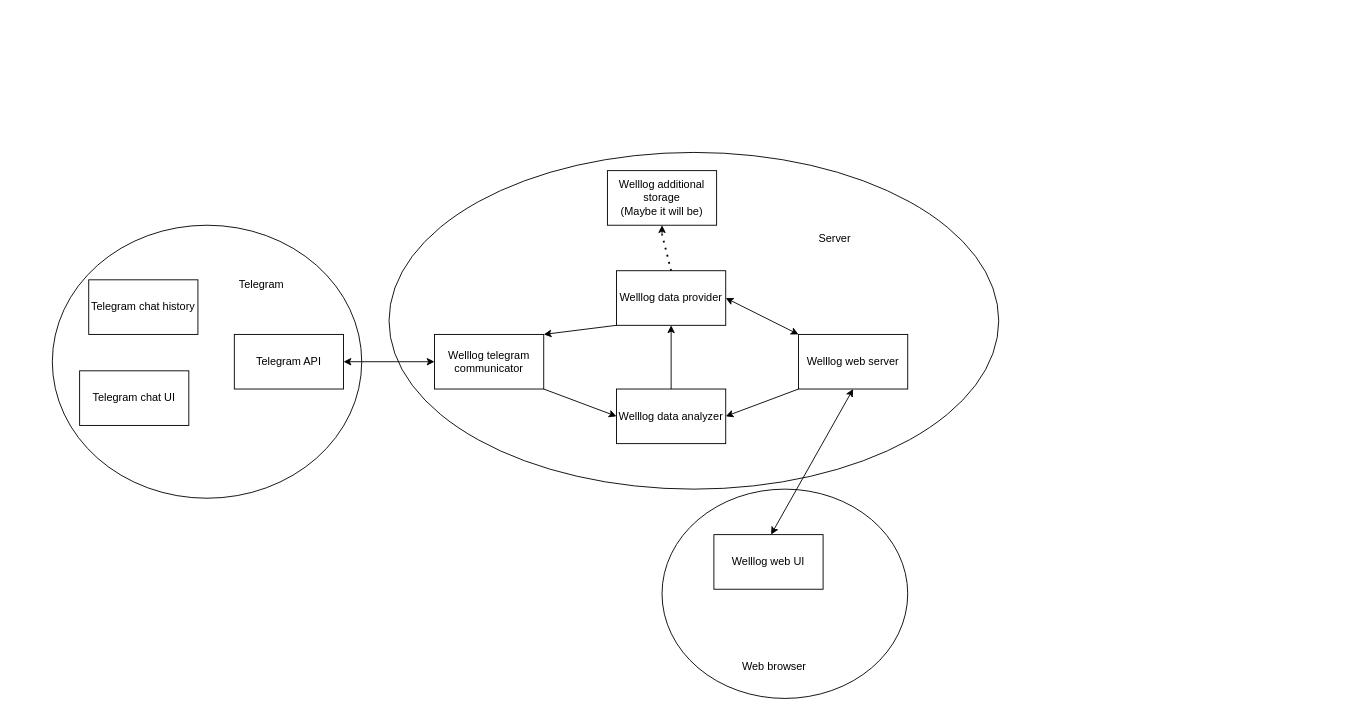
This is Specification/Architecture.drawio from WayArts/log-ios-client, a draw.io file, before an edit. Source tidied: cells renumbered, new cells numbered last; positions are measured from the earlier drawing's top-left corner, leaving out a move shared by most shapes. Both pictures are drawn from the tidied source at 91%, with x=0, y=0 at pixel (52, 152).
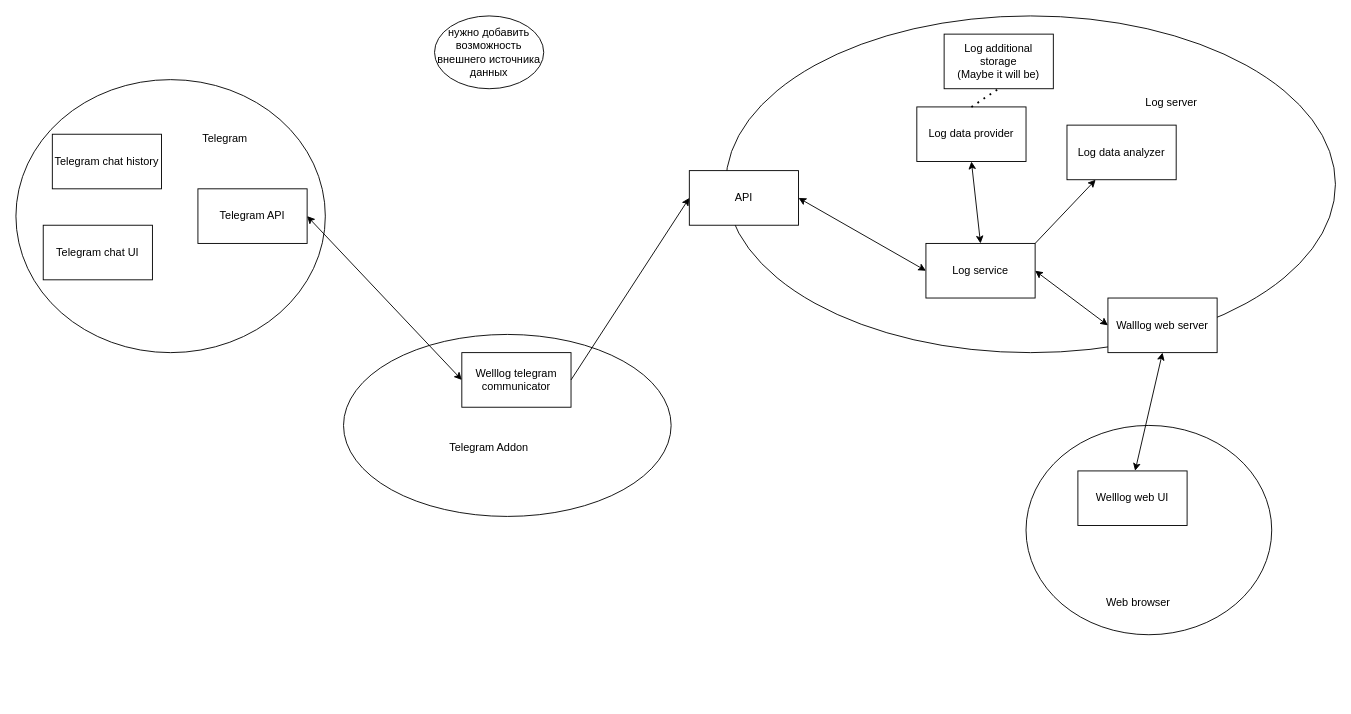
The same page after the edit.

Diff of the diagram source:
```diff
@@
+    <mxCell id="26" style="ellipse;whiteSpace=wrap;html=1;" parent="1" vertex="1">
+      <mxGeometry x="320" y="200" width="360" height="200" as="geometry" />
+    </mxCell>
     <mxCell id="2" style="ellipse;whiteSpace=wrap;html=1;" parent="1" vertex="1">
-      <mxGeometry x="370" width="670" height="370" as="geometry" />
+      <mxGeometry x="740" y="-150" width="670" height="370" as="geometry" />
     </mxCell>
     <mxCell id="3" style="ellipse;whiteSpace=wrap;html=1;" parent="1" vertex="1">
-      <mxGeometry x="670" y="370" width="270" height="230" as="geometry" />
+      <mxGeometry x="1070" y="300" width="270" height="230" as="geometry" />
     </mxCell>
     <mxCell id="4" style="ellipse;whiteSpace=wrap;html=1;" parent="1" vertex="1">
-      <mxGeometry y="80" width="340" height="300" as="geometry" />
+      <mxGeometry x="-40" y="-80" width="340" height="300" as="geometry" />
     </mxCell>
     <mxCell id="5" value="Telegram chat history" style="rounded=0;whiteSpace=wrap;html=1;" parent="1" vertex="1">
-      <mxGeometry x="40" y="140" width="120" height="60" as="geometry" />
+      <mxGeometry y="-20" width="120" height="60" as="geometry" />
     </mxCell>
     <mxCell id="6" value="Telegram chat UI" style="rounded=0;whiteSpace=wrap;html=1;" parent="1" vertex="1">
-      <mxGeometry x="30" y="240" width="120" height="60" as="geometry" />
+      <mxGeometry x="-10" y="80" width="120" height="60" as="geometry" />
     </mxCell>
     <mxCell id="7" value="Telegram API" style="rounded=0;whiteSpace=wrap;html=1;" parent="1" vertex="1">
-      <mxGeometry x="200" y="200" width="120" height="60" as="geometry" />
+      <mxGeometry x="160" y="40" width="120" height="60" as="geometry" />
     </mxCell>
-    <mxCell id="8" value="Welllog web server" style="rounded=0;whiteSpace=wrap;html=1;" parent="1" vertex="1">
-      <mxGeometry x="820" y="200" width="120" height="60" as="geometry" />
+    <mxCell id="8" value="Walllog web server" style="rounded=0;whiteSpace=wrap;html=1;" parent="1" vertex="1">
+      <mxGeometry x="1160" y="160" width="120" height="60" as="geometry" />
     </mxCell>
     <mxCell id="9" value="Welllog web UI" style="rounded=0;whiteSpace=wrap;html=1;" parent="1" vertex="1">
-      <mxGeometry x="727" y="420" width="120" height="60" as="geometry" />
+      <mxGeometry x="1127" y="350" width="120" height="60" as="geometry" />
     </mxCell>
-    <mxCell id="10" value="Welllog data provider&lt;br&gt;" style="rounded=0;whiteSpace=wrap;html=1;" parent="1" vertex="1">
-      <mxGeometry x="620" y="130" width="120" height="60" as="geometry" />
+    <mxCell id="10" value="Log data provider" style="rounded=0;whiteSpace=wrap;html=1;" parent="1" vertex="1">
+      <mxGeometry x="950" y="-50" width="120" height="60" as="geometry" />
     </mxCell>
-    <mxCell id="11" value="Welllog data analyzer" style="rounded=0;whiteSpace=wrap;html=1;" parent="1" vertex="1">
-      <mxGeometry x="620" y="260" width="120" height="60" as="geometry" />
+    <mxCell id="11" value="Log data analyzer" style="rounded=0;whiteSpace=wrap;html=1;" parent="1" vertex="1">
+      <mxGeometry x="1115" y="-30" width="120" height="60" as="geometry" />
     </mxCell>
     <mxCell id="12" value="Welllog telegram communicator" style="rounded=0;whiteSpace=wrap;html=1;" parent="1" vertex="1">
-      <mxGeometry x="420" y="200" width="120" height="60" as="geometry" />
+      <mxGeometry x="450" y="220" width="120" height="60" as="geometry" />
     </mxCell>
@@
-    <mxCell id="14" style="endArrow=none;dashed=1;html=1;dashPattern=1 3;strokeWidth=2;rounded=0;exitX=0.5;exitY=0;exitDx=0;exitDy=0;" parent="1" edge="1" source="10">
-      <mxGeometry relative="1" as="geometry">
-        <mxPoint x="670" y="90" as="targetPoint" />
-      </mxGeometry>
+    <mxCell id="14" style="endArrow=none;dashed=1;html=1;dashPattern=1 3;strokeWidth=2;rounded=0;exitX=0.5;exitY=0;exitDx=0;exitDy=0;entryX=0.5;entryY=1;entryDx=0;entryDy=0;" parent="1" edge="1" source="10" target="16">
+      <mxGeometry relative="1" as="geometry" />
     </mxCell>
-    <mxCell id="15" style="endArrow=classic;html=1;rounded=0;" parent="1" edge="1">
-      <mxGeometry relative="1" as="geometry">
-        <mxPoint x="670" y="90" as="sourcePoint" />
-        <mxPoint x="670" y="80" as="targetPoint" />
-      </mxGeometry>
-    </mxCell>
-    <mxCell id="16" value="Welllog additional storage&lt;br&gt;(Maybe it will be)" style="rounded=0;whiteSpace=wrap;html=1;" parent="1" vertex="1">
-      <mxGeometry x="610" y="20" width="120" height="60" as="geometry" />
+    <mxCell id="16" value="Log additional storage&lt;br&gt;(Maybe it will be)" style="rounded=0;whiteSpace=wrap;html=1;" parent="1" vertex="1">
+      <mxGeometry x="980" y="-130" width="120" height="60" as="geometry" />
     </mxCell>
-    <mxCell id="17" style="endArrow=classic;html=1;rounded=0;exitX=0.5;exitY=0;exitDx=0;exitDy=0;entryX=0.5;entryY=1;entryDx=0;entryDy=0;" parent="1" edge="1" source="11" target="10">
-      <mxGeometry relative="1" as="geometry" />
-    </mxCell>
-    <mxCell id="18" style="endArrow=classic;html=1;rounded=0;exitX=1;exitY=1;exitDx=0;exitDy=0;entryX=0;entryY=0.5;entryDx=0;entryDy=0;" parent="1" edge="1" source="12" target="11">
-      <mxGeometry relative="1" as="geometry" />
-    </mxCell>
-    <mxCell id="19" style="endArrow=classic;html=1;rounded=0;entryX=1;entryY=0;entryDx=0;entryDy=0;exitX=0;exitY=1;exitDx=0;exitDy=0;" parent="1" edge="1" source="10" target="12">
+    <mxCell id="19" style="endArrow=classic;html=1;rounded=0;entryX=0;entryY=0.5;entryDx=0;entryDy=0;exitX=1;exitY=0.5;exitDx=0;exitDy=0;" parent="1" edge="1" source="12" target="29">
       <mxGeometry relative="1" as="geometry" />
     </mxCell>
     <mxCell id="20" value="Web browser" style="text;html=1;strokeColor=none;fillColor=none;align=center;verticalAlign=middle;whiteSpace=wrap;rounded=0;" parent="1" vertex="1">
-      <mxGeometry x="757" y="550" width="73" height="30" as="geometry" />
+      <mxGeometry x="1157" y="480" width="73" height="30" as="geometry" />
     </mxCell>
@@
-    <mxCell id="22" style="endArrow=classic;startArrow=classic;html=1;rounded=0;exitX=1;exitY=0.5;exitDx=0;exitDy=0;entryX=0;entryY=0;entryDx=0;entryDy=0;" parent="1" edge="1" source="10" target="8">
+    <mxCell id="22" style="endArrow=classic;startArrow=classic;html=1;rounded=0;exitX=0.5;exitY=1;exitDx=0;exitDy=0;entryX=0.5;entryY=0;entryDx=0;entryDy=0;" parent="1" edge="1" source="10" target="27">
       <mxGeometry relative="1" as="geometry" />
     </mxCell>
-    <mxCell id="23" style="endArrow=classic;html=1;rounded=0;entryX=1;entryY=0.5;entryDx=0;entryDy=0;exitX=0;exitY=1;exitDx=0;exitDy=0;" parent="1" edge="1" source="8" target="11">
+    <mxCell id="23" style="endArrow=classic;html=1;rounded=0;exitX=1;exitY=0;exitDx=0;exitDy=0;" parent="1" edge="1" source="27" target="11">
       <mxGeometry relative="1" as="geometry" />
     </mxCell>
-    <mxCell id="24" value="Server" style="text;html=1;strokeColor=none;fillColor=none;align=center;verticalAlign=middle;whiteSpace=wrap;rounded=0;" parent="1" vertex="1">
-      <mxGeometry x="830" y="80" width="60" height="30" as="geometry" />
+    <mxCell id="24" value="Log server" style="text;html=1;strokeColor=none;fillColor=none;align=center;verticalAlign=middle;whiteSpace=wrap;rounded=0;" parent="1" vertex="1">
+      <mxGeometry x="1200" y="-70" width="60" height="30" as="geometry" />
     </mxCell>
     <mxCell id="25" value="Telegram" style="text;html=1;strokeColor=none;fillColor=none;align=center;verticalAlign=middle;whiteSpace=wrap;rounded=0;" parent="1" vertex="1">
-      <mxGeometry x="200" y="130" width="60" height="30" as="geometry" />
+      <mxGeometry x="160" y="-30" width="60" height="30" as="geometry" />
     </mxCell>
+    <mxCell id="27" value="Log service" style="rounded=0;whiteSpace=wrap;html=1;" parent="1" vertex="1">
+      <mxGeometry x="960" y="100" width="120" height="60" as="geometry" />
+    </mxCell>
+    <mxCell id="28" style="endArrow=classic;startArrow=classic;html=1;rounded=0;entryX=0;entryY=0.5;entryDx=0;entryDy=0;exitX=1;exitY=0.5;exitDx=0;exitDy=0;" parent="1" edge="1" source="27" target="8">
+      <mxGeometry relative="1" as="geometry" />
+    </mxCell>
+    <mxCell id="29" value="API" style="rounded=0;whiteSpace=wrap;html=1;" parent="1" vertex="1">
+      <mxGeometry x="700" y="20" width="120" height="60" as="geometry" />
+    </mxCell>
+    <mxCell id="30" value="Telegram Addon" style="text;html=1;strokeColor=none;fillColor=none;align=center;verticalAlign=middle;whiteSpace=wrap;rounded=0;" parent="1" vertex="1">
+      <mxGeometry x="430" y="310" width="100" height="30" as="geometry" />
+    </mxCell>
+    <mxCell id="31" style="endArrow=classic;startArrow=classic;html=1;rounded=0;exitX=1;exitY=0.5;exitDx=0;exitDy=0;entryX=0;entryY=0.5;entryDx=0;entryDy=0;" parent="1" edge="1" source="29" target="27">
+      <mxGeometry relative="1" as="geometry" />
+    </mxCell>
+    <mxCell id="32" value="нужно добавить возможность внешнего источника данных" style="ellipse;whiteSpace=wrap;html=1;" parent="1" vertex="1">
+      <mxGeometry x="420" y="-150" width="120" height="80" as="geometry" />
+    </mxCell>
```
